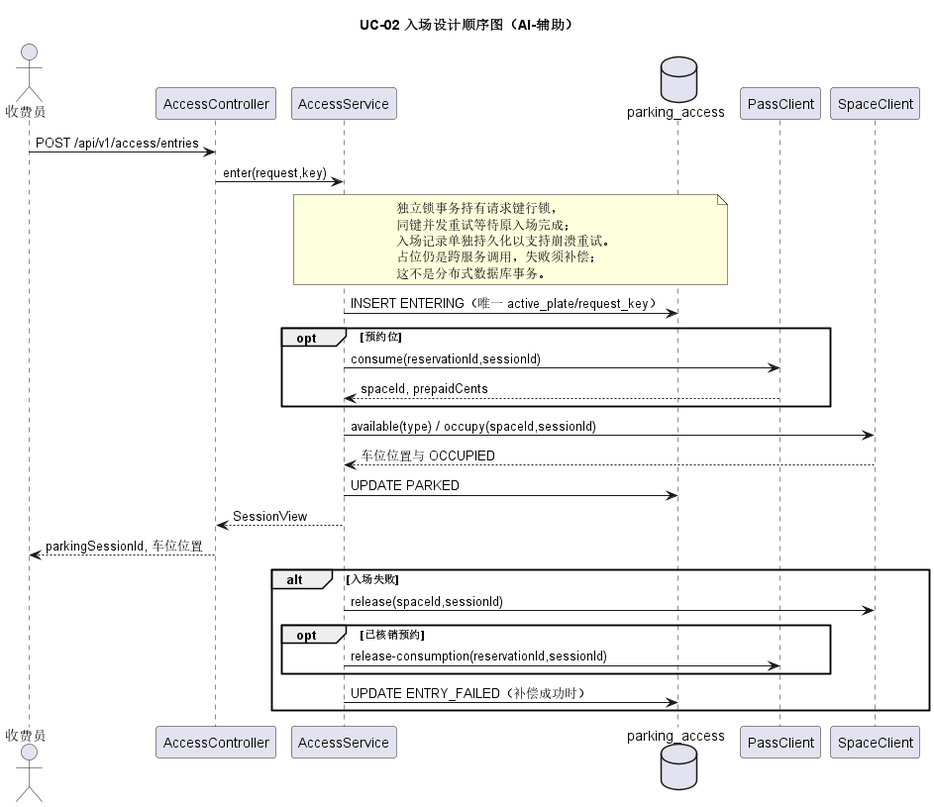
Before: models/rendered/06-entry-design-sequence.png, a diagram exported from PlantUML (Gindama713/UMLWORK).
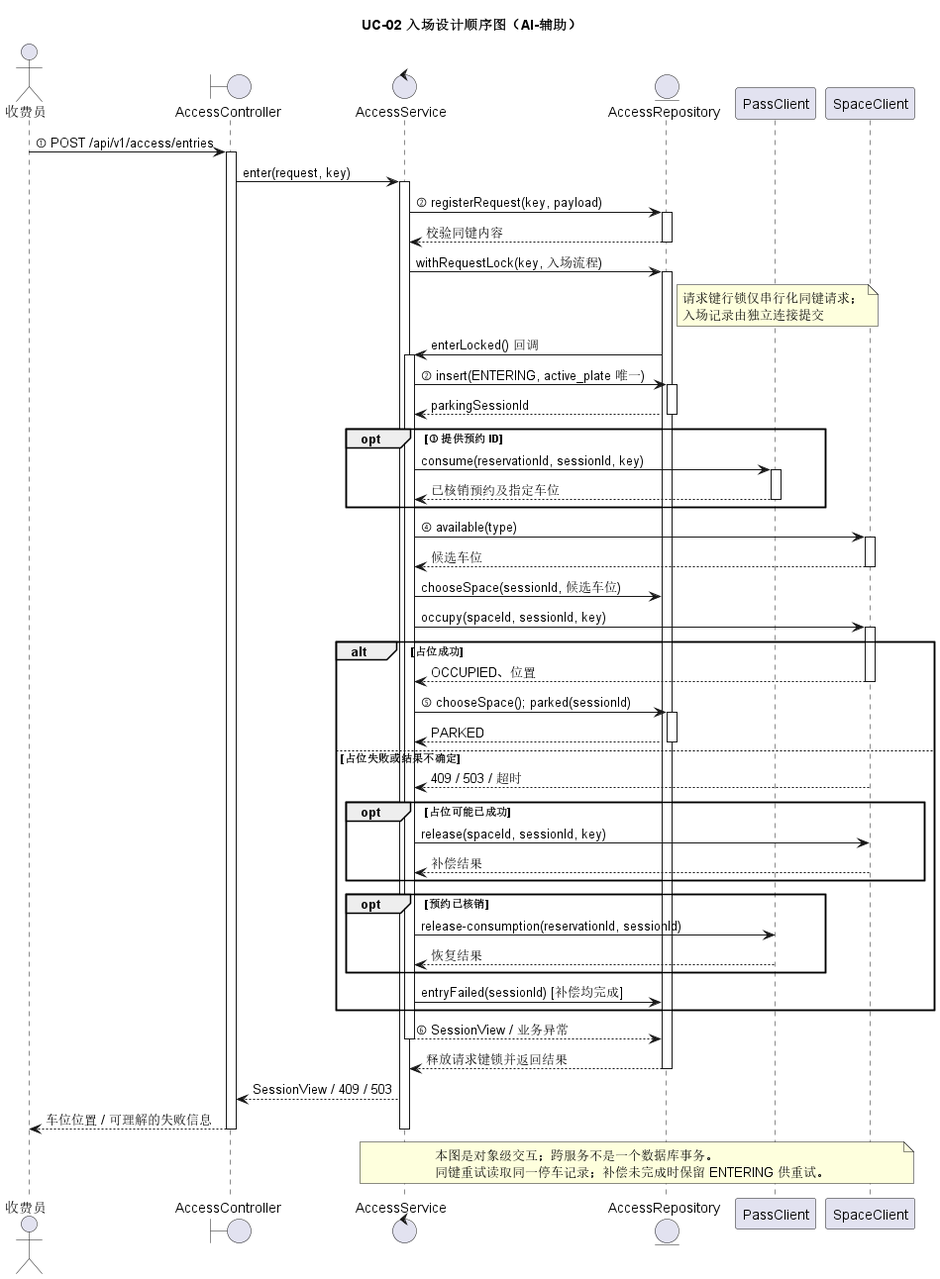
After the change.

Diff of the diagram source:
```diff
@@ -1,35 +1,72 @@
 @startuml
 title UC-02 入场设计顺序图（AI-辅助）
 actor 收费员
-participant "AccessController" as controller
-participant "AccessService" as access
-database "parking_access" as db
-participant "PassClient" as pass
-participant "SpaceClient" as space
-收费员 -> controller : POST /api/v1/access/entries
-controller -> access : enter(request,key)
-note over access,db
-  独立锁事务持有请求键行锁，
-  同键并发重试等待原入场完成；
-  入场记录单独持久化以支持崩溃重试。
-  占位仍是跨服务调用，失败须补偿；
-  这不是分布式数据库事务。
+boundary AccessController as controller
+control AccessService as access
+entity AccessRepository as repo
+participant PassClient as pass
+participant SpaceClient as space
+
+收费员 -> controller : ① POST /api/v1/access/entries
+activate controller
+controller -> access : enter(request, key)
+activate access
+access -> repo : ② registerRequest(key, payload)
+activate repo
+repo --> access : 校验同键内容
+deactivate repo
+access -> repo : withRequestLock(key, 入场流程)
+activate repo
+note right of repo : 请求键行锁仅串行化同键请求；\n入场记录由独立连接提交
+repo -> access : enterLocked() 回调
+activate access
+access -> repo : ② insert(ENTERING, active_plate 唯一)
+activate repo
+repo --> access : parkingSessionId
+deactivate repo
+opt ③ 提供预约 ID
+  access -> pass : consume(reservationId, sessionId, key)
+  activate pass
+  pass --> access : 已核销预约及指定车位
+  deactivate pass
+end
+access -> space : ④ available(type)
+activate space
+space --> access : 候选车位
+deactivate space
+access -> repo : chooseSpace(sessionId, 候选车位)
+access -> space : occupy(spaceId, sessionId, key)
+activate space
+alt 占位成功
+  space --> access : OCCUPIED、位置
+  deactivate space
+  access -> repo : ⑤ chooseSpace(); parked(sessionId)
+  activate repo
+  repo --> access : PARKED
+  deactivate repo
+else 占位失败或结果不确定
+  space --> access : 409 / 503 / 超时
+  deactivate space
+  opt 占位可能已成功
+    access -> space : release(spaceId, sessionId, key)
+    space --> access : 补偿结果
+  end
+  opt 预约已核销
+    access -> pass : release-consumption(reservationId, sessionId)
+    pass --> access : 恢复结果
+  end
+  access -> repo : entryFailed(sessionId) [补偿均完成]
+end
+access --> repo : ⑥ SessionView / 业务异常
+deactivate access
+repo --> access : 释放请求键锁并返回结果
+deactivate repo
+access --> controller : SessionView / 409 / 503
+controller --> 收费员 : 车位位置 / 可理解的失败信息
+deactivate access
+deactivate controller
+note over access,space
+  本图是对象级交互；跨服务不是一个数据库事务。
+  同键重试读取同一停车记录；补偿未完成时保留 ENTERING 供重试。
 end note
-access -> db : INSERT ENTERING（唯一 active_plate/request_key）
-opt 预约位
-  access -> pass : consume(reservationId,sessionId)
-  pass --> access : spaceId, prepaidCents
-end
-access -> space : available(type) / occupy(spaceId,sessionId)
-space --> access : 车位位置与 OCCUPIED
-access -> db : UPDATE PARKED
-access --> controller : SessionView
-controller --> 收费员 : parkingSessionId, 车位位置
-alt 入场失败
-  access -> space : release(spaceId,sessionId)
-  opt 已核销预约
-    access -> pass : release-consumption(reservationId,sessionId)
-  end
-  access -> db : UPDATE ENTRY_FAILED（补偿成功时）
-end
 @enduml
```
